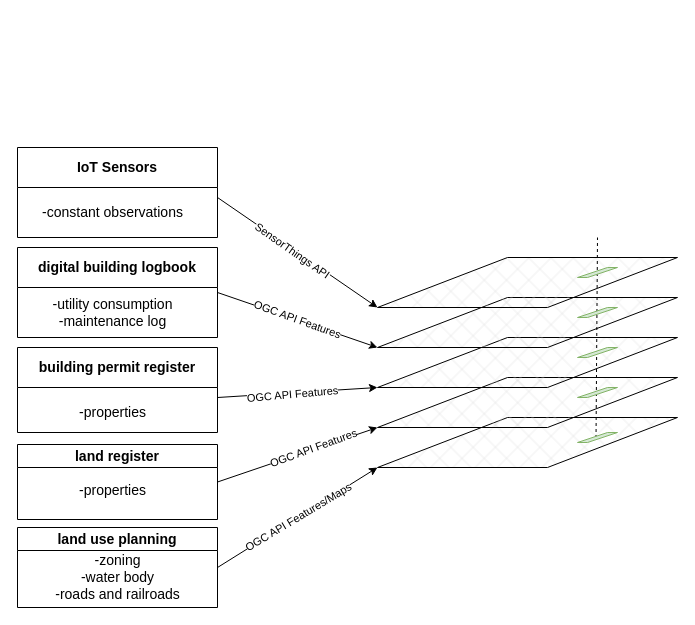
Earlier version of the draw.io diagram thesis/udt-layers.drawio (timoruohomaki/LUT-DAP). Source tidied: cells renumbered, new cells numbered last; positions are measured from the earlier drawing's top-left corner, leaving out a move shared by most shapes. Both pictures are drawn from the tidied source at 100%, with x=0, y=0 at pixel (17, 147).
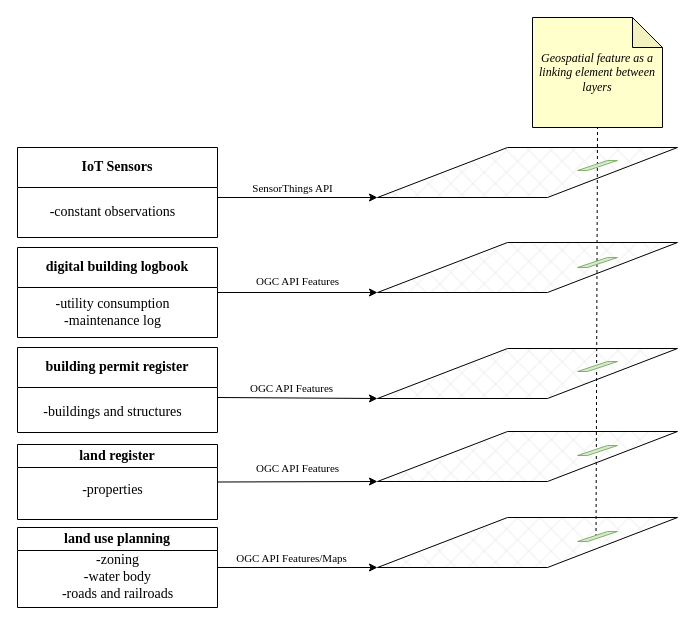
Above is the later version.

The change refers to these unchanged cells:
```xml
<mxCell id="7" style="endArrow=classic;html=1;hachureGap=4;fontFamily=Architects Daughter;fontSize=16;exitX=1;exitY=0.5;exitDx=0;exitDy=0;entryX=0;entryY=1;entryDx=0;entryDy=0;" parent="1" edge="1" source="16" target="3">
  <mxGeometry relative="1" as="geometry" />
</mxCell>
<mxCell id="10" style="endArrow=classic;html=1;hachureGap=4;fontFamily=Architects Daughter;fontSize=16;entryX=0;entryY=1;entryDx=0;entryDy=0;" parent="1" edge="1" target="4">
  <mxGeometry relative="1" as="geometry">
    <mxPoint x="200" y="250" as="sourcePoint" />
  </mxGeometry>
</mxCell>
<mxCell id="12" style="endArrow=classic;html=1;hachureGap=4;fontFamily=Architects Daughter;fontSize=16;exitX=1;exitY=0.5;exitDx=0;exitDy=0;entryX=0;entryY=1;entryDx=0;entryDy=0;" parent="1" edge="1" source="20" target="5">
  <mxGeometry relative="1" as="geometry" />
</mxCell>
```

Change to the diagram source:
```diff
@@
     <mxCell id="2" style="shape=parallelogram;perimeter=parallelogramPerimeter;whiteSpace=wrap;html=1;fixedSize=1;hachureGap=4;fontFamily=Architects Daughter;fontSize=20;size=130;fillStyle=cross-hatch;fillColor=#E0E0E0;" parent="1" vertex="1">
-      <mxGeometry x="360" y="270" width="300" height="50" as="geometry" />
+      <mxGeometry x="360" y="370" width="300" height="50" as="geometry" />
     </mxCell>
     <mxCell id="3" style="shape=parallelogram;perimeter=parallelogramPerimeter;whiteSpace=wrap;html=1;fixedSize=1;hachureGap=4;fontFamily=Architects Daughter;fontSize=20;size=130;fillStyle=cross-hatch;fillColor=#E0E0E0;" parent="1" vertex="1">
-      <mxGeometry x="360" y="230" width="300" height="50" as="geometry" />
+      <mxGeometry x="360" y="284" width="300" height="50" as="geometry" />
     </mxCell>
     <mxCell id="4" style="shape=parallelogram;perimeter=parallelogramPerimeter;whiteSpace=wrap;html=1;fixedSize=1;hachureGap=4;fontFamily=Architects Daughter;fontSize=20;size=130;fillStyle=cross-hatch;fillColor=#E0E0E0;" parent="1" vertex="1">
-      <mxGeometry x="360" y="190" width="300" height="50" as="geometry" />
+      <mxGeometry x="360" y="201" width="300" height="50" as="geometry" />
     </mxCell>
     <mxCell id="5" style="shape=parallelogram;perimeter=parallelogramPerimeter;whiteSpace=wrap;html=1;fixedSize=1;hachureGap=4;fontFamily=Architects Daughter;fontSize=20;size=130;fillStyle=cross-hatch;fillColor=#E0E0E0;" parent="1" vertex="1">
-      <mxGeometry x="360" y="150" width="300" height="50" as="geometry" />
+      <mxGeometry x="360" y="95" width="300" height="50" as="geometry" />
     </mxCell>
@@
-    <mxCell id="8" value="OGC API Features" style="edgeLabel;html=1;align=center;verticalAlign=middle;rotation=-20;" parent="7" vertex="1">
-      <mxGeometry x="0.19" y="1" relative="1" as="geometry" />
+    <mxCell id="8" value="OGC API Features" style="edgeLabel;html=1;align=center;verticalAlign=middle;rotation=0;fontFamily=Times New Roman;" parent="7" vertex="1">
+      <mxGeometry x="0.19" y="1" relative="1" as="geometry">
+        <mxPoint x="-15" y="-13" as="offset" />
+      </mxGeometry>
     </mxCell>
-    <mxCell id="9" value="OGC API Features/Maps" style="edgeLabel;html=1;align=center;verticalAlign=middle;rotation=-31;" parent="7" vertex="1">
+    <mxCell id="9" value="OGC API Features/Maps" style="edgeLabel;html=1;align=center;verticalAlign=middle;rotation=0;fontFamily=Times New Roman;" parent="7" vertex="1">
       <mxGeometry x="0.19" y="1" relative="1" as="geometry">
-        <mxPoint x="-15" y="69" as="offset" />
+        <mxPoint x="-21" y="77" as="offset" />
       </mxGeometry>
     </mxCell>
@@
-    <mxCell id="11" value="OGC API Features" style="edgeLabel;html=1;align=center;verticalAlign=middle;rotation=-5;" parent="10" vertex="1">
-      <mxGeometry x="-0.06" y="-1" relative="1" as="geometry" />
+    <mxCell id="11" value="OGC API Features" style="edgeLabel;html=1;align=center;verticalAlign=middle;rotation=0;fontFamily=Times New Roman;" parent="10" vertex="1">
+      <mxGeometry x="-0.06" y="-1" relative="1" as="geometry">
+        <mxPoint x="-1" y="-11" as="offset" />
+      </mxGeometry>
     </mxCell>
@@
-    <mxCell id="13" value="OGC API Features" style="edgeLabel;html=1;align=center;verticalAlign=middle;rotation=20;" parent="12" vertex="1">
-      <mxGeometry x="-0.01" y="1" relative="1" as="geometry" />
+    <mxCell id="13" value="OGC API Features" style="edgeLabel;html=1;align=center;verticalAlign=middle;rotation=0;fontFamily=Times New Roman;" parent="12" vertex="1">
+      <mxGeometry x="-0.01" y="1" relative="1" as="geometry">
+        <mxPoint y="-11" as="offset" />
+      </mxGeometry>
     </mxCell>
-    <mxCell id="14" value="land use planning" style="swimlane;whiteSpace=wrap;html=1;hachureGap=4;fontFamily=Helvetica;fontSize=14;fontStyle=1;" parent="1" vertex="1">
+    <mxCell id="14" value="land use planning" style="swimlane;whiteSpace=wrap;html=1;hachureGap=4;fontFamily=Times New Roman;fontSize=14;fontStyle=1;" parent="1" vertex="1">
       <mxGeometry y="380" width="200" height="80" as="geometry" />
     </mxCell>
-    <mxCell id="15" value="-zoning&lt;br&gt;-water body&lt;br&gt;-roads and railroads" style="text;html=1;align=center;verticalAlign=middle;strokeColor=none;fillColor=none;fontSize=14;fontFamily=Helvetica;" parent="14" vertex="1">
-      <mxGeometry x="25" y="20" width="150" height="60" as="geometry" />
+    <mxCell id="15" value="-zoning&lt;br&gt;-water body&lt;br&gt;-roads and railroads" style="text;html=1;align=center;verticalAlign=middle;strokeColor=none;fillColor=none;fontSize=14;fontFamily=Times New Roman;" parent="14" vertex="1">
+      <mxGeometry x="35" y="20" width="130" height="60" as="geometry" />
     </mxCell>
-    <mxCell id="16" value="land register" style="swimlane;whiteSpace=wrap;html=1;hachureGap=4;fontFamily=Helvetica;fontSize=14;" parent="1" vertex="1">
+    <mxCell id="16" value="land register" style="swimlane;whiteSpace=wrap;html=1;hachureGap=4;fontFamily=Times New Roman;fontSize=14;" parent="1" vertex="1">
       <mxGeometry y="297" width="200" height="75" as="geometry" />
     </mxCell>
-    <mxCell id="17" value="-properties" style="text;html=1;align=center;verticalAlign=middle;strokeColor=none;fillColor=none;fontSize=14;fontFamily=Helvetica;" parent="16" vertex="1">
-      <mxGeometry x="50" y="31" width="90" height="30" as="geometry" />
+    <mxCell id="17" value="-properties" style="text;html=1;align=center;verticalAlign=middle;strokeColor=none;fillColor=none;fontSize=14;fontFamily=Times New Roman;" parent="16" vertex="1">
+      <mxGeometry x="55" y="31" width="80" height="30" as="geometry" />
     </mxCell>
-    <mxCell id="18" value="building permit register" style="swimlane;whiteSpace=wrap;html=1;hachureGap=4;fontFamily=Helvetica;fontSize=14;startSize=40;" parent="1" vertex="1">
+    <mxCell id="18" value="building permit register" style="swimlane;whiteSpace=wrap;html=1;hachureGap=4;fontFamily=Times New Roman;fontSize=14;startSize=40;" parent="1" vertex="1">
       <mxGeometry y="200" width="200" height="85" as="geometry" />
     </mxCell>
-    <mxCell id="19" value="-properties" style="text;html=1;align=center;verticalAlign=middle;strokeColor=none;fillColor=none;fontSize=14;fontFamily=Helvetica;" parent="18" vertex="1">
-      <mxGeometry x="50" y="50" width="90" height="30" as="geometry" />
+    <mxCell id="19" value="-buildings and structures" style="text;html=1;align=center;verticalAlign=middle;strokeColor=none;fillColor=none;fontSize=14;fontFamily=Times New Roman;" parent="18" vertex="1">
+      <mxGeometry x="15" y="50" width="160" height="30" as="geometry" />
     </mxCell>
-    <mxCell id="20" value="digital building logbook" style="swimlane;whiteSpace=wrap;html=1;hachureGap=4;fontFamily=Helvetica;fontSize=14;startSize=40;" parent="1" vertex="1">
+    <mxCell id="20" value="digital building logbook" style="swimlane;whiteSpace=wrap;html=1;hachureGap=4;fontFamily=Times New Roman;fontSize=14;startSize=40;" parent="1" vertex="1">
       <mxGeometry y="100" width="200" height="90" as="geometry" />
     </mxCell>
-    <mxCell id="21" value="-utility consumption&lt;br&gt;-maintenance log" style="text;html=1;align=center;verticalAlign=middle;strokeColor=none;fillColor=none;fontSize=14;fontFamily=Helvetica;" parent="20" vertex="1">
+    <mxCell id="21" value="-utility consumption&lt;br&gt;-maintenance log" style="text;html=1;align=center;verticalAlign=middle;strokeColor=none;fillColor=none;fontSize=14;fontFamily=Times New Roman;" parent="20" vertex="1">
       <mxGeometry x="25" y="40" width="140" height="50" as="geometry" />
     </mxCell>
-    <mxCell id="22" value="IoT Sensors" style="swimlane;whiteSpace=wrap;html=1;hachureGap=4;fontFamily=Helvetica;fontSize=14;startSize=40;" parent="1" vertex="1">
+    <mxCell id="22" value="IoT Sensors" style="swimlane;whiteSpace=wrap;html=1;hachureGap=4;fontFamily=Times New Roman;fontSize=14;startSize=40;" parent="1" vertex="1">
       <mxGeometry width="200" height="90" as="geometry" />
     </mxCell>
-    <mxCell id="23" value="-constant observations" style="text;html=1;align=center;verticalAlign=middle;strokeColor=none;fillColor=none;fontSize=14;fontFamily=Helvetica;" parent="22" vertex="1">
-      <mxGeometry x="15" y="50" width="160" height="30" as="geometry" />
+    <mxCell id="23" value="-constant observations" style="text;html=1;align=center;verticalAlign=middle;strokeColor=none;fillColor=none;fontSize=14;fontFamily=Times New Roman;" parent="22" vertex="1">
+      <mxGeometry x="20" y="50" width="150" height="30" as="geometry" />
     </mxCell>
     <mxCell id="24" style="shape=parallelogram;perimeter=parallelogramPerimeter;whiteSpace=wrap;html=1;fixedSize=1;hachureGap=4;fontFamily=Architects Daughter;fontSize=20;size=130;fillStyle=cross-hatch;fillColor=#E0E0E0;" parent="1" vertex="1">
-      <mxGeometry x="360" y="110" width="300" height="50" as="geometry" />
+      <mxGeometry x="360" width="300" height="50" as="geometry" />
     </mxCell>
-    <mxCell id="25" style="endArrow=classic;html=1;hachureGap=4;fontFamily=Architects Daughter;fontSize=16;exitX=1;exitY=0.5;exitDx=0;exitDy=0;" parent="1" edge="1">
+    <mxCell id="25" style="endArrow=classic;html=1;hachureGap=4;fontFamily=Architects Daughter;fontSize=16;exitX=1;exitY=0.5;exitDx=0;exitDy=0;entryX=0;entryY=1;entryDx=0;entryDy=0;" parent="1" edge="1" target="24">
       <mxGeometry relative="1" as="geometry">
         <mxPoint x="200" y="50" as="sourcePoint" />
-        <mxPoint x="360" y="160" as="targetPoint" />
       </mxGeometry>
     </mxCell>
-    <mxCell id="26" value="SensorThings API" style="edgeLabel;html=1;align=center;verticalAlign=middle;rotation=35;" parent="25" vertex="1">
-      <mxGeometry x="-0.06" y="-1" relative="1" as="geometry" />
+    <mxCell id="26" value="SensorThings API" style="edgeLabel;html=1;align=center;verticalAlign=middle;rotation=0;fontFamily=Times New Roman;" parent="25" vertex="1">
+      <mxGeometry x="-0.06" y="-1" relative="1" as="geometry">
+        <mxPoint x="-1" y="-11" as="offset" />
+      </mxGeometry>
     </mxCell>
-    <mxCell id="27" style="endArrow=none;html=1;rounded=0;exitX=0.463;exitY=0.55;exitDx=0;exitDy=0;exitPerimeter=0;dashed=1;" parent="1" edge="1" source="32">
-      <mxGeometry relative="1" as="geometry">
-        <mxPoint x="580" y="90" as="targetPoint" />
-      </mxGeometry>
+    <mxCell id="27" style="endArrow=none;html=1;rounded=0;exitX=0.463;exitY=0.55;exitDx=0;exitDy=0;exitPerimeter=0;dashed=1;entryX=0.5;entryY=1;entryDx=0;entryDy=0;entryPerimeter=0;" parent="1" edge="1" source="32" target="33">
+      <mxGeometry relative="1" as="geometry" />
     </mxCell>
     <mxCell id="28" style="shape=parallelogram;perimeter=parallelogramPerimeter;whiteSpace=wrap;html=1;fixedSize=1;hachureGap=4;fontFamily=Architects Daughter;fontSize=20;size=30;fillStyle=solid;fillColor=#d5e8d4;strokeColor=#82b366;" parent="1" vertex="1">
-      <mxGeometry x="560" y="120" width="40" height="10" as="geometry" />
+      <mxGeometry x="560" y="13" width="40" height="10" as="geometry" />
     </mxCell>
     <mxCell id="29" style="shape=parallelogram;perimeter=parallelogramPerimeter;whiteSpace=wrap;html=1;fixedSize=1;hachureGap=4;fontFamily=Architects Daughter;fontSize=20;size=30;fillStyle=solid;fillColor=#d5e8d4;strokeColor=#82b366;" parent="1" vertex="1">
-      <mxGeometry x="560" y="160" width="40" height="10" as="geometry" />
+      <mxGeometry x="560" y="110" width="40" height="10" as="geometry" />
     </mxCell>
     <mxCell id="30" style="shape=parallelogram;perimeter=parallelogramPerimeter;whiteSpace=wrap;html=1;fixedSize=1;hachureGap=4;fontFamily=Architects Daughter;fontSize=20;size=30;fillStyle=solid;fillColor=#d5e8d4;strokeColor=#82b366;" parent="1" vertex="1">
-      <mxGeometry x="560" y="200" width="40" height="10" as="geometry" />
+      <mxGeometry x="560" y="214" width="40" height="10" as="geometry" />
     </mxCell>
     <mxCell id="31" style="shape=parallelogram;perimeter=parallelogramPerimeter;whiteSpace=wrap;html=1;fixedSize=1;hachureGap=4;fontFamily=Architects Daughter;fontSize=20;size=30;fillStyle=solid;fillColor=#d5e8d4;strokeColor=#82b366;" parent="1" vertex="1">
-      <mxGeometry x="560" y="240" width="40" height="10" as="geometry" />
+      <mxGeometry x="560" y="298" width="40" height="10" as="geometry" />
     </mxCell>
     <mxCell id="32" style="shape=parallelogram;perimeter=parallelogramPerimeter;whiteSpace=wrap;html=1;fixedSize=1;hachureGap=4;fontFamily=Architects Daughter;fontSize=20;size=30;fillStyle=solid;fillColor=#d5e8d4;strokeColor=#82b366;" parent="1" vertex="1">
-      <mxGeometry x="560" y="285" width="40" height="10" as="geometry" />
+      <mxGeometry x="560" y="384" width="40" height="10" as="geometry" />
     </mxCell>
+    <mxCell id="33" value="Geospatial feature as a linking element between layers" style="shape=note;whiteSpace=wrap;html=1;backgroundOutline=1;darkOpacity=0.05;labelBackgroundColor=#FFFFCC;fillStyle=solid;fillColor=#FFFFCC;fontFamily=Times New Roman;fontStyle=2;" parent="1" vertex="1">
+      <mxGeometry x="515" y="-130" width="130" height="110" as="geometry" />
+    </mxCell>
```
